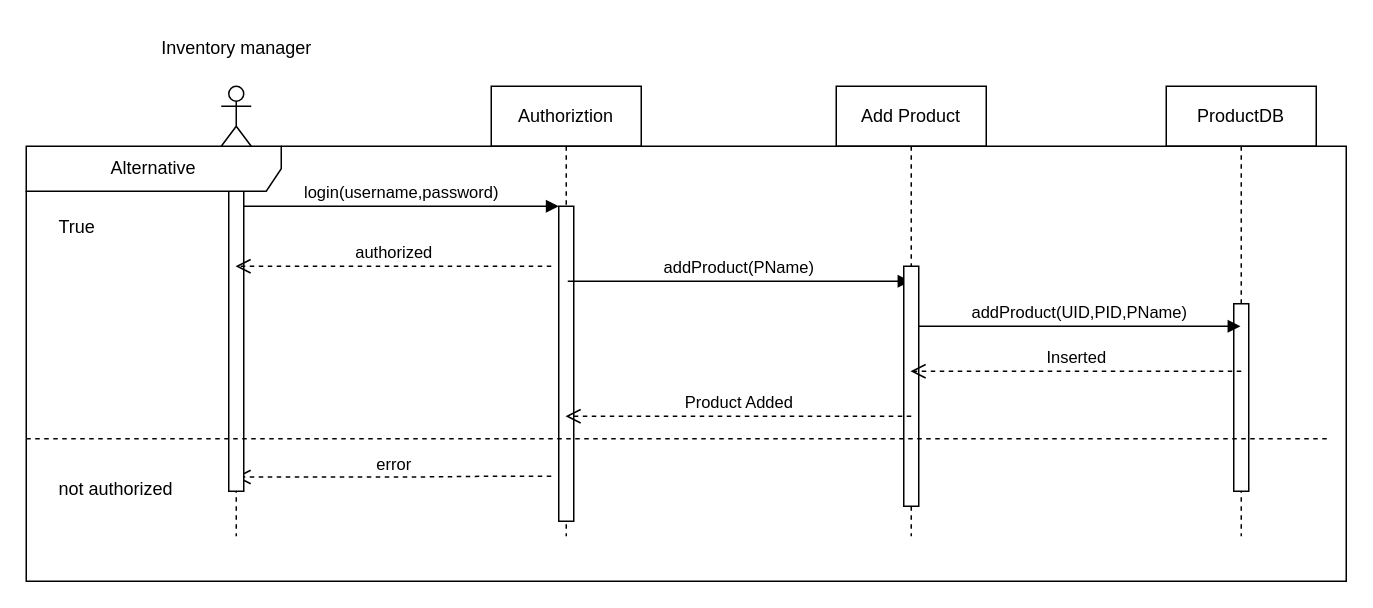
This is Sequence Diagrams/Draw/AddProduct.drawio from Ahmed-Elzayat112/IMS, a draw.io file, before an edit. Source tidied: cells renumbered, new cells numbered last; positions are measured from the earlier drawing's top-left corner, leaving out a move shared by most shapes. Both pictures are drawn from the tidied source at 150%, with x=0, y=0 at pixel (26, 26).
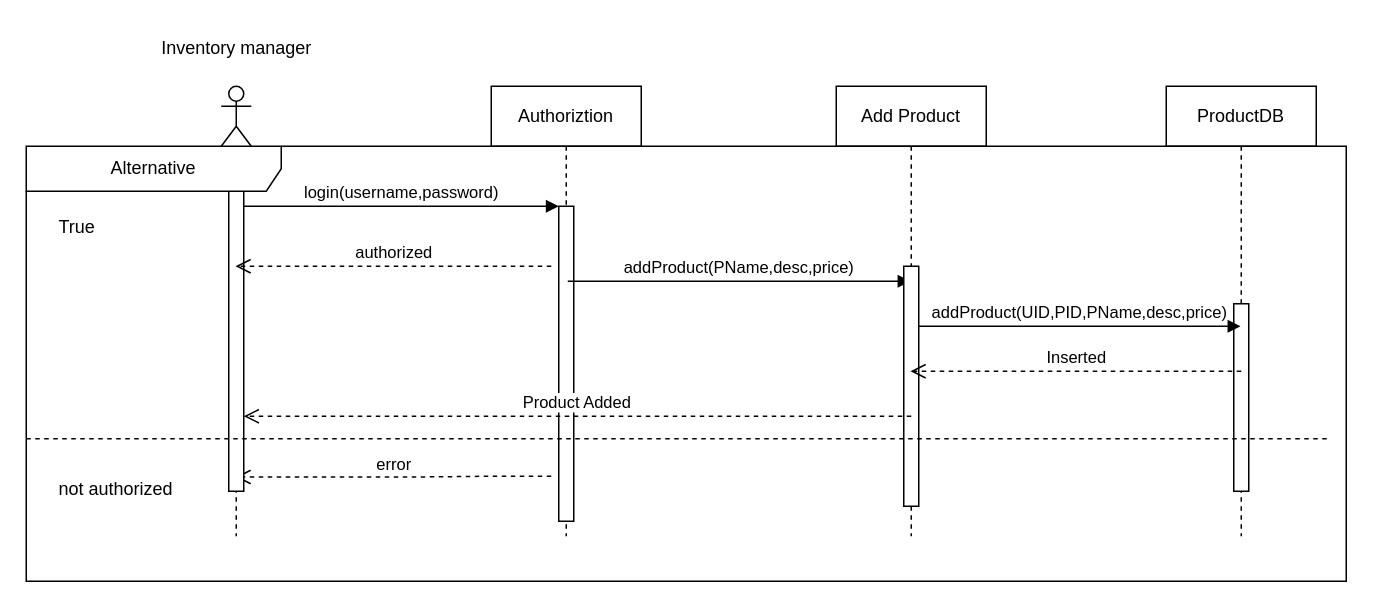
The same page after the edit.

Unchanged cells that the change refers to:
```xml
<mxCell id="2" value="Authoriztion" style="shape=umlLifeline;perimeter=lifelinePerimeter;whiteSpace=wrap;html=1;outlineConnect=0;portConstraint=eastwest;newEdgeStyle={&quot;edgeStyle&quot;:&quot;elbowEdgeStyle&quot;,&quot;elbow&quot;:&quot;vertical&quot;,&quot;curved&quot;:0,&quot;rounded&quot;:0};" parent="1" vertex="1">
  <mxGeometry x="310" y="40" width="100" height="300" as="geometry" />
</mxCell>
<mxCell id="7" style="html=1;points=[[0,0,0,0,5],[0,1,0,0,-5],[1,0,0,0,5],[1,1,0,0,-5]];perimeter=orthogonalPerimeter;outlineConnect=0;targetShapes=umlLifeline;portConstraint=eastwest;newEdgeStyle={&quot;curved&quot;:0,&quot;rounded&quot;:0};" parent="6" vertex="1">
  <mxGeometry x="5" y="60" width="10" height="210" as="geometry" />
</mxCell>
<mxCell id="10" value="Add Product" style="shape=umlLifeline;perimeter=lifelinePerimeter;whiteSpace=wrap;html=1;outlineConnect=0;portConstraint=eastwest;newEdgeStyle={&quot;curved&quot;:0,&quot;rounded&quot;:0};" parent="1" vertex="1">
  <mxGeometry x="540" y="40" width="100" height="300" as="geometry" />
</mxCell>
<mxCell id="12" value="ProductDB" style="shape=umlLifeline;perimeter=lifelinePerimeter;whiteSpace=wrap;html=1;outlineConnect=0;portConstraint=eastwest;newEdgeStyle={&quot;curved&quot;:0,&quot;rounded&quot;:0};" parent="1" vertex="1">
  <mxGeometry x="760" y="40" width="100" height="300" as="geometry" />
</mxCell>
<mxCell id="15" style="html=1;points=[[0,0,0,0,5],[0,1,0,0,-5],[1,0,0,0,5],[1,1,0,0,-5]];perimeter=orthogonalPerimeter;outlineConnect=0;targetShapes=umlLifeline;portConstraint=eastwest;newEdgeStyle={&quot;curved&quot;:0,&quot;rounded&quot;:0};" parent="1" vertex="1">
  <mxGeometry x="585" y="160" width="10" height="160" as="geometry" />
</mxCell>
```

What changed in the source:
```diff
@@
-    <mxCell id="11" value="addProduct(PName)" style="html=1;verticalAlign=bottom;endArrow=block;curved=0;rounded=0;" parent="1" edge="1" target="10">
+    <mxCell id="11" value="addProduct(PName,desc,price)" style="html=1;verticalAlign=bottom;endArrow=block;curved=0;rounded=0;" parent="1" edge="1" target="10">
       <mxGeometry relative="1" as="geometry">
         <mxPoint x="361" y="170" as="sourcePoint" />
       </mxGeometry>
     </mxCell>
@@
-    <mxCell id="16" value="addProduct(UID,PID,PName)" style="html=1;verticalAlign=bottom;endArrow=block;curved=0;rounded=0;" parent="1" edge="1" target="12">
+    <mxCell id="16" value="addProduct(UID,PID,PName,desc,price)" style="html=1;verticalAlign=bottom;endArrow=block;curved=0;rounded=0;" parent="1" edge="1" target="12">
       <mxGeometry relative="1" as="geometry">
         <mxPoint x="595" y="200" as="sourcePoint" />
       </mxGeometry>
     </mxCell>
@@
-    <mxCell id="18" value="Product Added" style="html=1;verticalAlign=bottom;endArrow=open;dashed=1;endSize=8;curved=0;rounded=0;exitX=0.5;exitY=0.625;exitDx=0;exitDy=0;exitPerimeter=0;" parent="1" edge="1" source="15" target="2">
+    <mxCell id="18" value="Product Added" style="html=1;verticalAlign=bottom;endArrow=open;dashed=1;endSize=8;curved=0;rounded=0;exitX=0.5;exitY=0.625;exitDx=0;exitDy=0;exitPerimeter=0;" parent="1" edge="1" source="15" target="7">
       <mxGeometry relative="1" as="geometry" />
     </mxCell>
```
